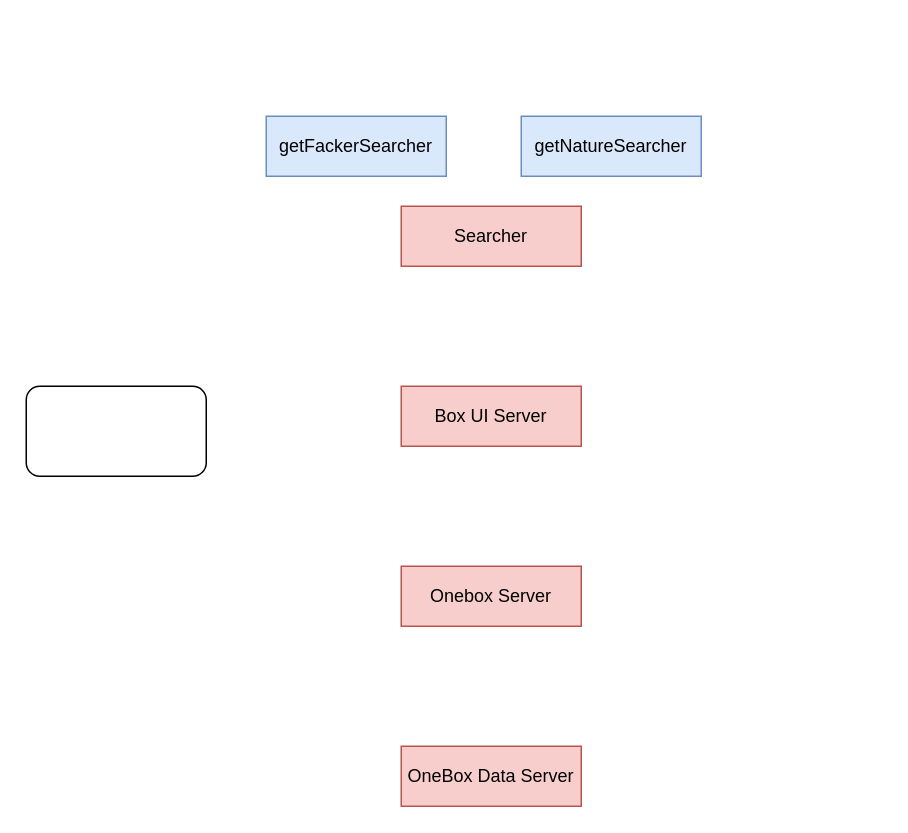
Earlier version of the draw.io diagram Untitled Diagram.drawio (hszy00232/digrams). Source tidied: cells renumbered, new cells numbered last; positions are measured from the earlier drawing's top-left corner, leaving out a move shared by most shapes. Both pictures are drawn from the tidied source at 150%, with x=0, y=0 at pixel (26, 116).
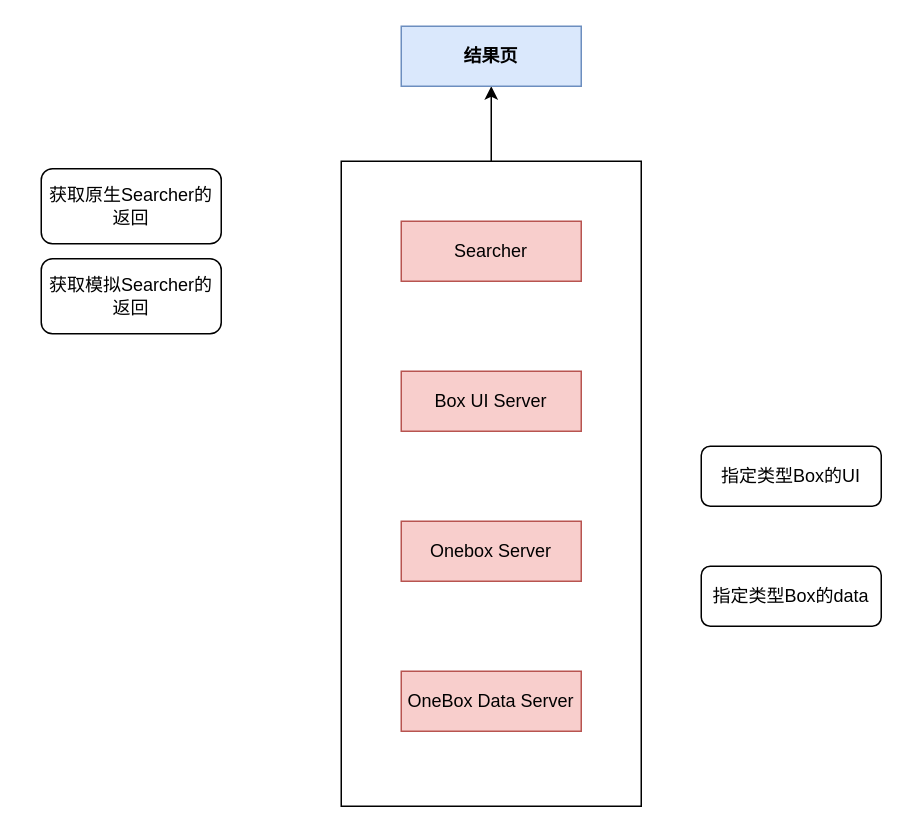
The same diagram, later.

The edit, as a diff of the source:
```diff
@@
 <mxGraphModel>
   <root>
     <mxCell id="0" />
     <mxCell id="1" parent="0" />
+    <mxCell id="9" style="edgeStyle=orthogonalEdgeStyle;rounded=0;jettySize=auto;html=1;" parent="1" edge="1" source="10" target="14">
+      <mxGeometry relative="1" as="geometry" />
+    </mxCell>
+    <mxCell id="10" style="rounded=0;whiteSpace=wrap;html=1;align=left;" parent="1" vertex="1">
+      <mxGeometry x="210" y="30" width="200" height="430" as="geometry" />
+    </mxCell>
     <mxCell id="2" value="Searcher" style="rounded=0;whiteSpace=wrap;html=1;fillColor=#f8cecc;strokeColor=#b85450;" parent="1" vertex="1">
-      <mxGeometry x="250" y="60" width="120" height="40" as="geometry" />
+      <mxGeometry x="250" y="70" width="120" height="40" as="geometry" />
     </mxCell>
-    <mxCell id="3" value="getFackerSearcher" style="rounded=0;whiteSpace=wrap;html=1;fillColor=#dae8fc;strokeColor=#6c8ebf;" parent="1" vertex="1">
-      <mxGeometry x="160" width="120" height="40" as="geometry" />
-    </mxCell>
-    <mxCell id="4" value="getNatureSearcher" style="rounded=0;whiteSpace=wrap;html=1;fillColor=#dae8fc;strokeColor=#6c8ebf;" parent="1" vertex="1">
-      <mxGeometry x="330" width="120" height="40" as="geometry" />
-    </mxCell>
     <mxCell id="5" value="Box UI Server" style="rounded=0;whiteSpace=wrap;html=1;fillColor=#f8cecc;strokeColor=#b85450;" parent="1" vertex="1">
-      <mxGeometry x="250" y="180" width="120" height="40" as="geometry" />
+      <mxGeometry x="250" y="170" width="120" height="40" as="geometry" />
     </mxCell>
     <mxCell id="6" value="Onebox Server" style="rounded=0;whiteSpace=wrap;html=1;fillColor=#f8cecc;strokeColor=#b85450;" parent="1" vertex="1">
-      <mxGeometry x="250" y="300" width="120" height="40" as="geometry" />
+      <mxGeometry x="250" y="270" width="120" height="40" as="geometry" />
     </mxCell>
     <mxCell id="7" value="OneBox Data Server" style="rounded=0;whiteSpace=wrap;html=1;fillColor=#f8cecc;strokeColor=#b85450;" parent="1" vertex="1">
-      <mxGeometry x="250" y="420" width="120" height="40" as="geometry" />
+      <mxGeometry x="250" y="370" width="120" height="40" as="geometry" />
     </mxCell>
-    <mxCell id="8" style="rounded=1;whiteSpace=wrap;html=1;" parent="1" vertex="1">
-      <mxGeometry y="180" width="120" height="60" as="geometry" />
+    <mxCell id="8" value="指定类型Box的UI" style="rounded=1;whiteSpace=wrap;html=1;" parent="1" vertex="1">
+      <mxGeometry x="450" y="220" width="120" height="40" as="geometry" />
     </mxCell>
+    <mxCell id="11" value="指定类型Box的data" style="rounded=1;whiteSpace=wrap;html=1;" parent="1" vertex="1">
+      <mxGeometry x="450" y="300" width="120" height="40" as="geometry" />
+    </mxCell>
+    <mxCell id="12" value="获取原生Searcher的返回" style="rounded=1;whiteSpace=wrap;html=1;" parent="1" vertex="1">
+      <mxGeometry x="10" y="35" width="120" height="50" as="geometry" />
+    </mxCell>
+    <mxCell id="13" value="获取模拟Searcher的返回" style="rounded=1;whiteSpace=wrap;html=1;" parent="1" vertex="1">
+      <mxGeometry x="10" y="95" width="120" height="50" as="geometry" />
+    </mxCell>
+    <mxCell id="14" value="结果页" style="whiteSpace=wrap;html=1;align=center;rounded=0;fillColor=#dae8fc;strokeColor=#6c8ebf;fontStyle=1;" parent="1" vertex="1">
+      <mxGeometry x="250" y="-60" width="120" height="40" as="geometry" />
+    </mxCell>
   </root>
 </mxGraphModel>
```
